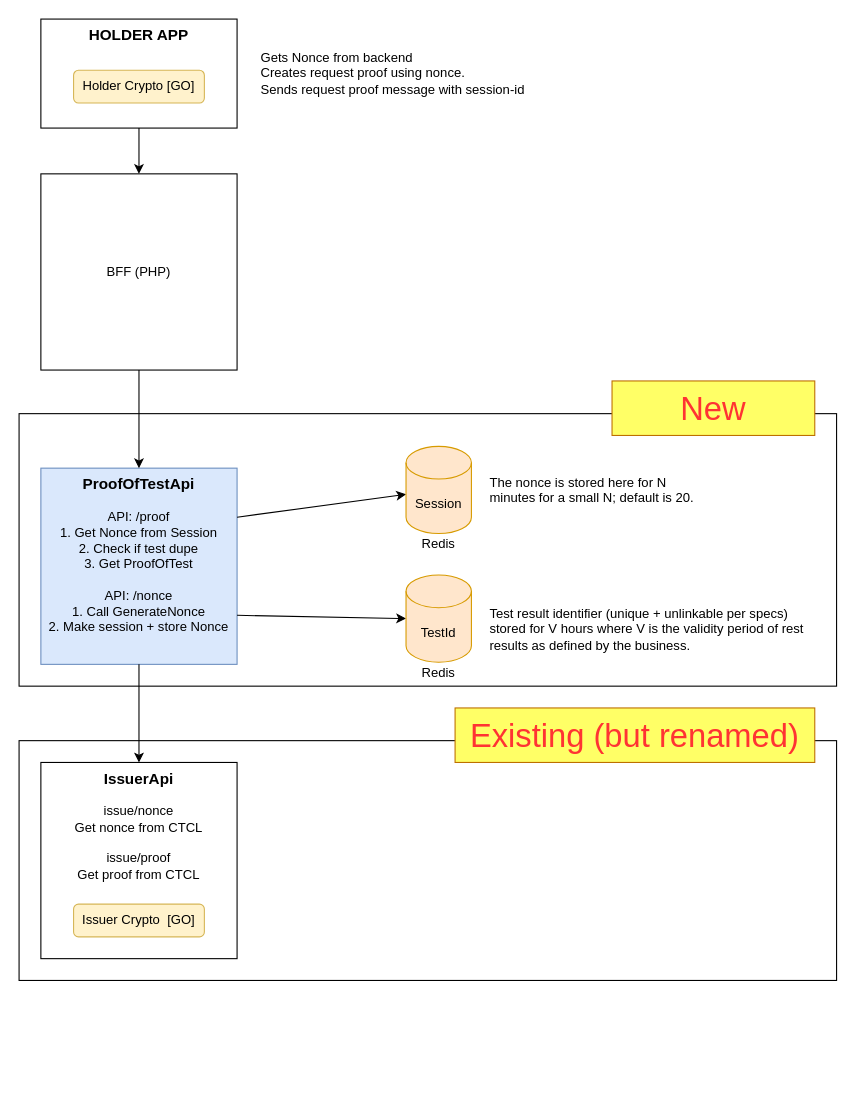
Earlier version of the draw.io diagram docs/Simple-backend-diagram.drawio (minvws/nl-covid19-coronacheck-app-dgcg-integration). Source tidied: cells renumbered, new cells numbered last; positions are measured from the earlier drawing's top-left corner, leaving out a move shared by most shapes. Both pictures are drawn from the tidied source at 109%, with x=0, y=0 at pixel (19, 19).
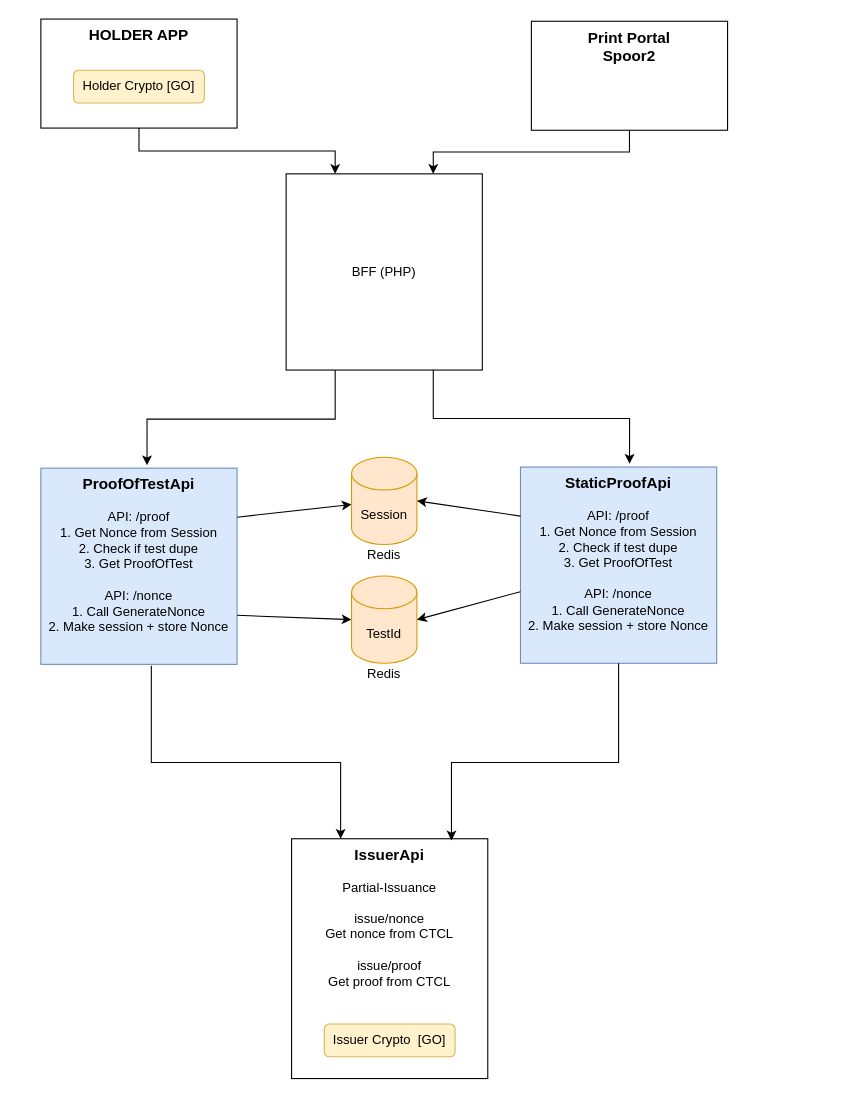
After the change.

Commit message:
Updated the diagram a bit.

The change refers to these unchanged cells:
```xml
<mxCell id="5" value="&lt;b&gt;&lt;font style=&quot;font-size: 14px&quot;&gt;ProofOfTestApi&lt;/font&gt;&lt;/b&gt;&lt;br&gt;&lt;br&gt;API: /proof&lt;br&gt;1. Get Nonce from Session&lt;br&gt;2. Check if test dupe&lt;br&gt;3. Get ProofOfTest&lt;br&gt;&lt;br&gt;API: /nonce&lt;br&gt;1. Call GenerateNonce&lt;br&gt;2. Make session + store Nonce" style="whiteSpace=wrap;html=1;fillColor=#dae8fc;strokeColor=#6c8ebf;verticalAlign=top;" parent="1" vertex="1">
  <mxGeometry x="20" y="412" width="180" height="180" as="geometry" />
</mxCell>
<mxCell id="12" value="TestId" style="shape=cylinder3;whiteSpace=wrap;html=1;boundedLbl=1;backgroundOutline=1;size=15;align=center;fillColor=#ffe6cc;strokeColor=#d79b00;" parent="11" vertex="1">
  <mxGeometry x="25" width="60" height="80" as="geometry" />
</mxCell>
<mxCell id="15" value="Session" style="shape=cylinder3;whiteSpace=wrap;html=1;boundedLbl=1;backgroundOutline=1;size=15;align=center;fillColor=#ffe6cc;strokeColor=#d79b00;" parent="14" vertex="1">
  <mxGeometry x="25" width="60" height="80" as="geometry" />
</mxCell>
<mxCell id="21" value="&lt;font style=&quot;font-size: 14px&quot;&gt;&lt;b&gt;HOLDER APP&lt;/b&gt;&lt;/font&gt;" style="rounded=0;whiteSpace=wrap;html=1;verticalAlign=top;" parent="20" vertex="1">
  <mxGeometry width="180" height="100" as="geometry" />
</mxCell>
```

Change to the diagram source:
```diff
@@
-    <mxCell id="2" style="rounded=0;whiteSpace=wrap;html=1;fontSize=30;fontColor=#FF3333;align=center;fillColor=none;" parent="1" vertex="1">
-      <mxGeometry y="662" width="750" height="220" as="geometry" />
-    </mxCell>
-    <mxCell id="3" style="rounded=0;whiteSpace=wrap;html=1;fontSize=30;fontColor=#FF3333;align=center;fillColor=none;" parent="1" vertex="1">
-      <mxGeometry y="362" width="750" height="250" as="geometry" />
-    </mxCell>
     <mxCell id="4" value="BFF (PHP)" style="whiteSpace=wrap;html=1;" parent="1" vertex="1">
-      <mxGeometry x="20" y="142" width="180" height="180" as="geometry" />
+      <mxGeometry x="245" y="142" width="180" height="180" as="geometry" />
     </mxCell>
@@
-    <mxCell id="6" style="endArrow=classic;html=1;exitX=0.5;exitY=1;exitDx=0;exitDy=0;" parent="1" edge="1" source="4" target="5">
-      <mxGeometry relative="1" as="geometry" />
-    </mxCell>
-    <mxCell id="7" style="endArrow=classic;html=1;exitX=0.5;exitY=1;exitDx=0;exitDy=0;entryX=0.5;entryY=0;entryDx=0;entryDy=0;" parent="1" edge="1" source="5" target="18">
-      <mxGeometry relative="1" as="geometry" />
-    </mxCell>
-    <mxCell id="8" value="Gets Nonce from backend&lt;br&gt;Creates request proof using nonce.&lt;br&gt;Sends request proof message with session-id&amp;nbsp;" style="text;html=1;strokeColor=none;fillColor=none;align=left;verticalAlign=middle;whiteSpace=wrap;rounded=0;" parent="1" vertex="1">
-      <mxGeometry x="220" y="20" width="290" height="60" as="geometry" />
-    </mxCell>
@@
     <mxCell id="11" style="group;" parent="1" vertex="1">
-      <mxGeometry x="330" y="510" width="110" height="100" as="geometry" />
+      <mxGeometry x="280" y="511" width="110" height="100" as="geometry" />
     </mxCell>
@@
     <mxCell id="14" style="group;" parent="1" vertex="1">
-      <mxGeometry x="330" y="392" width="110" height="100" as="geometry" />
+      <mxGeometry x="280" y="402" width="110" height="100" as="geometry" />
     </mxCell>
@@
     <mxCell id="17" style="group;" parent="1" vertex="1">
-      <mxGeometry x="20" y="682" width="190" height="180" as="geometry" />
+      <mxGeometry x="250" y="752" width="190" height="220" as="geometry" />
     </mxCell>
-    <mxCell id="18" value="&lt;b&gt;&lt;font style=&quot;font-size: 14px&quot;&gt;IssuerApi&lt;/font&gt;&lt;/b&gt;&lt;br&gt;&lt;br&gt;issue/nonce&lt;br&gt;Get nonce from CTCL&lt;br&gt;&lt;br&gt;issue/proof&lt;br&gt;Get proof from CTCL" style="whiteSpace=wrap;html=1;labelPosition=center;verticalLabelPosition=middle;align=center;verticalAlign=top;" parent="17" vertex="1">
-      <mxGeometry width="180" height="180" as="geometry" />
+    <mxCell id="18" value="&lt;b&gt;&lt;font style=&quot;font-size: 14px&quot;&gt;IssuerApi&lt;/font&gt;&lt;/b&gt;&lt;br&gt;&lt;br&gt;Partial-Issuance&lt;br&gt;&lt;br&gt;issue/nonce&lt;br&gt;Get nonce from CTCL&lt;br&gt;&lt;br&gt;issue/proof&lt;br&gt;Get proof from CTCL" style="whiteSpace=wrap;html=1;labelPosition=center;verticalLabelPosition=middle;align=center;verticalAlign=top;" parent="17" vertex="1">
+      <mxGeometry width="180" height="220" as="geometry" />
     </mxCell>
     <mxCell id="19" value="Issuer Crypto&amp;nbsp; [GO]" style="rounded=1;whiteSpace=wrap;html=1;fillColor=#fff2cc;strokeColor=#d6b656;" parent="17" vertex="1">
-      <mxGeometry x="30" y="130" width="120" height="30" as="geometry" />
+      <mxGeometry x="30" y="170" width="120" height="30" as="geometry" />
     </mxCell>
@@
-    <mxCell id="23" style="edgeStyle=orthogonalEdgeStyle;rounded=0;jettySize=auto;html=1;exitX=0.5;exitY=1;exitDx=0;exitDy=0;entryX=0.5;entryY=0;entryDx=0;entryDy=0;" parent="1" edge="1" source="21" target="4">
+    <mxCell id="23" style="edgeStyle=orthogonalEdgeStyle;rounded=0;jettySize=auto;html=1;exitX=0.5;exitY=1;exitDx=0;exitDy=0;entryX=0.25;entryY=0;entryDx=0;entryDy=0;" parent="1" edge="1" source="21" target="4">
       <mxGeometry relative="1" as="geometry" />
     </mxCell>
-    <mxCell id="24" value="The nonce is stored here for N minutes for a small N; default is 20." style="text;html=1;strokeColor=none;fillColor=none;align=left;verticalAlign=top;whiteSpace=wrap;rounded=0;" parent="1" vertex="1">
-      <mxGeometry x="430" y="412" width="200" height="50" as="geometry" />
-    </mxCell>
-    <mxCell id="25" value="Test result identifier (unique + unlinkable per specs) stored for V hours where V is the validity period of rest results as defined by the business." style="text;html=1;strokeColor=none;fillColor=none;align=left;verticalAlign=top;whiteSpace=wrap;rounded=0;" parent="1" vertex="1">
-      <mxGeometry x="430" y="532" width="300" height="70" as="geometry" />
-    </mxCell>
-    <mxCell id="26" value="New" style="text;html=1;strokeColor=#BD7000;align=center;verticalAlign=middle;whiteSpace=wrap;rounded=0;fontSize=30;fillColor=#FFFF66;fontColor=#FF3333;" parent="1" vertex="1">
-      <mxGeometry x="544" y="332" width="186" height="50" as="geometry" />
-    </mxCell>
-    <mxCell id="27" value="Existing (but renamed)" style="text;html=1;strokeColor=#BD7000;align=center;verticalAlign=middle;whiteSpace=wrap;rounded=0;fontSize=30;fillColor=#FFFF66;fontColor=#FF3333;" parent="1" vertex="1">
-      <mxGeometry x="400" y="632" width="330" height="50" as="geometry" />
-    </mxCell>
+    <mxCell id="28" value="&lt;b&gt;&lt;font style=&quot;font-size: 14px&quot;&gt;StaticProofApi&lt;/font&gt;&lt;/b&gt;&lt;br&gt;&lt;br&gt;API: /proof&lt;br&gt;1. Get Nonce from Session&lt;br&gt;2. Check if test dupe&lt;br&gt;3. Get ProofOfTest&lt;br&gt;&lt;br&gt;API: /nonce&lt;br&gt;1. Call GenerateNonce&lt;br&gt;2. Make session + store Nonce" style="whiteSpace=wrap;html=1;fillColor=#dae8fc;strokeColor=#6c8ebf;verticalAlign=top;" parent="1" vertex="1">
+      <mxGeometry x="460" y="411" width="180" height="180" as="geometry" />
+    </mxCell>
+    <mxCell id="29" style="endArrow=classic;html=1;exitX=0;exitY=0.25;exitDx=0;exitDy=0;entryX=1;entryY=0.5;entryDx=0;entryDy=0;entryPerimeter=0;" parent="1" edge="1" source="28" target="15">
+      <mxGeometry relative="1" as="geometry" />
+    </mxCell>
+    <mxCell id="30" style="endArrow=classic;html=1;entryX=1;entryY=0.5;entryDx=0;entryDy=0;entryPerimeter=0;" parent="1" edge="1" source="28" target="12">
+      <mxGeometry relative="1" as="geometry" />
+    </mxCell>
+    <mxCell id="31" style="group;" parent="1" vertex="1">
+      <mxGeometry x="470" y="2" width="180" height="100" as="geometry" />
+    </mxCell>
+    <mxCell id="32" value="&lt;font style=&quot;font-size: 14px&quot;&gt;&lt;b&gt;Print Portal&lt;br&gt;Spoor2&lt;br&gt;&lt;/b&gt;&lt;/font&gt;" style="rounded=0;whiteSpace=wrap;html=1;verticalAlign=top;" parent="31" vertex="1">
+      <mxGeometry width="180" height="100" as="geometry" />
+    </mxCell>
+    <mxCell id="33" style="edgeStyle=orthogonalEdgeStyle;rounded=0;jettySize=auto;html=1;exitX=0.5;exitY=1;exitDx=0;exitDy=0;entryX=0.75;entryY=0;entryDx=0;entryDy=0;" parent="1" edge="1" source="32" target="4">
+      <mxGeometry relative="1" as="geometry" />
+    </mxCell>
+    <mxCell id="6" style="edgeStyle=orthogonalEdgeStyle;rounded=0;jettySize=auto;html=1;exitX=0.25;exitY=1;exitDx=0;exitDy=0;entryX=0.541;entryY=-0.015;entryDx=0;entryDy=0;entryPerimeter=0;" parent="1" edge="1" source="4" target="5">
+      <mxGeometry relative="1" as="geometry" />
+    </mxCell>
+    <mxCell id="34" style="edgeStyle=orthogonalEdgeStyle;rounded=0;jettySize=auto;html=1;exitX=0.75;exitY=1;exitDx=0;exitDy=0;entryX=0.556;entryY=-0.017;entryDx=0;entryDy=0;entryPerimeter=0;" parent="1" edge="1" source="4" target="28">
+      <mxGeometry relative="1" as="geometry" />
+    </mxCell>
+    <mxCell id="7" style="edgeStyle=orthogonalEdgeStyle;rounded=0;jettySize=auto;html=1;exitX=0.563;exitY=1.007;exitDx=0;exitDy=0;entryX=0.25;entryY=0;entryDx=0;entryDy=0;exitPerimeter=0;" parent="1" edge="1" source="5" target="18">
+      <mxGeometry relative="1" as="geometry">
+        <Array as="points">
+          <mxPoint x="121" y="682" />
+          <mxPoint x="295" y="682" />
+        </Array>
+      </mxGeometry>
+    </mxCell>
+    <mxCell id="35" style="edgeStyle=orthogonalEdgeStyle;rounded=0;jettySize=auto;html=1;exitX=0.5;exitY=1;exitDx=0;exitDy=0;entryX=0.815;entryY=0.007;entryDx=0;entryDy=0;entryPerimeter=0;" parent="1" edge="1" source="28" target="18">
+      <mxGeometry relative="1" as="geometry">
+        <Array as="points">
+          <mxPoint x="550" y="682" />
+          <mxPoint x="397" y="682" />
+        </Array>
+      </mxGeometry>
+    </mxCell>
```
